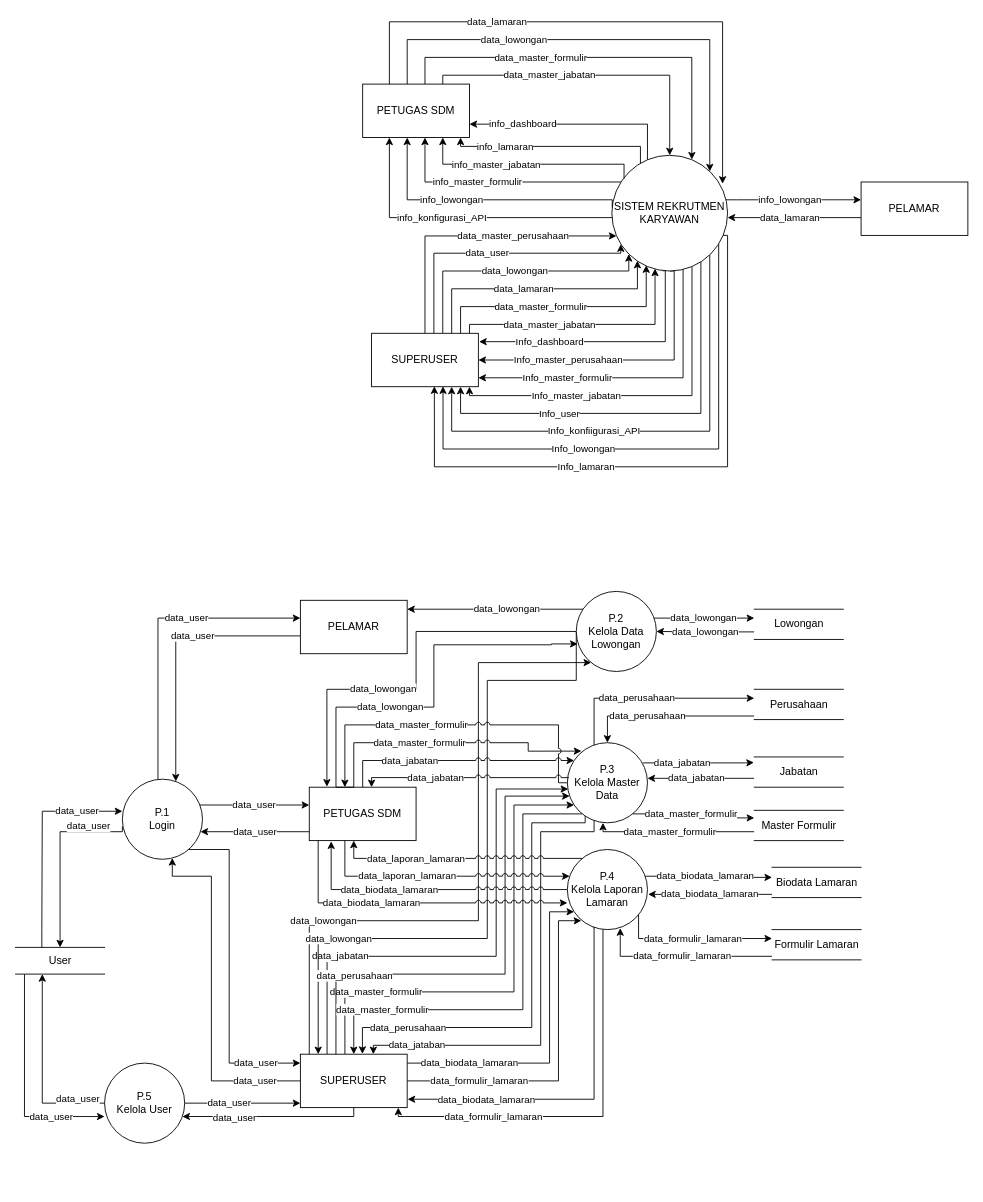
This is DFD.drawio from keys2505/tugas-akhir, a draw.io file, before an edit. Source tidied: cells renumbered, new cells numbered last; positions are measured from the earlier drawing's top-left corner, leaving out a move shared by most shapes. Both pictures are drawn from the tidied source at 89%, with x=0, y=0 at pixel (15, 21).
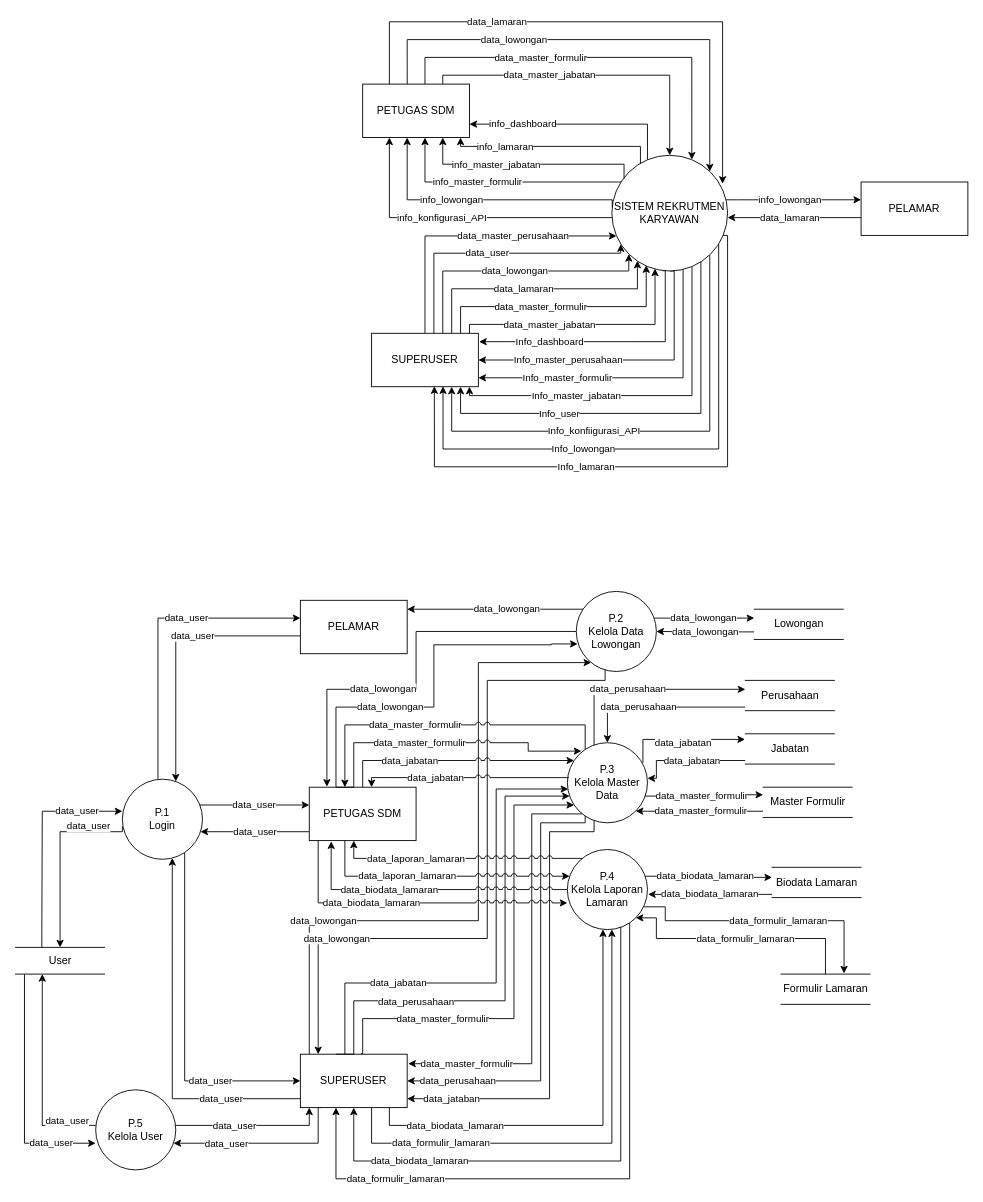
After the change.

Unchanged cells that the change refers to:
```xml
<mxCell id="37" value="&lt;div&gt;P.1&lt;/div&gt;&lt;div&gt;Login&lt;br&gt;&lt;/div&gt;" style="ellipse;whiteSpace=wrap;html=1;" parent="1" vertex="1">
  <mxGeometry x="120" y="851" width="90" height="90" as="geometry" />
</mxCell>
<mxCell id="40" value="PETUGAS SDM" style="rounded=0;whiteSpace=wrap;html=1;" parent="1" vertex="1">
  <mxGeometry x="330" y="860" width="120" height="60" as="geometry" />
</mxCell>
<mxCell id="50" value="SUPERUSER" style="rounded=0;whiteSpace=wrap;html=1;" parent="1" vertex="1">
  <mxGeometry x="320" y="1160" width="120" height="60" as="geometry" />
</mxCell>
<mxCell id="53" value="User" style="html=1;dashed=0;whitespace=wrap;shape=partialRectangle;right=0;left=0;" parent="1" vertex="1">
  <mxGeometry y="1040" width="100" height="30" as="geometry" />
</mxCell>
<mxCell id="60" value="&lt;div&gt;P.2&lt;/div&gt;&lt;div&gt;Kelola Data Lowongan&lt;br&gt;&lt;/div&gt;" style="ellipse;whiteSpace=wrap;html=1;" parent="1" vertex="1">
  <mxGeometry x="630" y="640" width="90" height="90" as="geometry" />
</mxCell>
<mxCell id="71" value="&lt;div&gt;P.3&lt;/div&gt;&lt;div&gt;Kelola Master Data&lt;br&gt;&lt;/div&gt;" style="ellipse;whiteSpace=wrap;html=1;" parent="1" vertex="1">
  <mxGeometry x="620" y="810" width="90" height="90" as="geometry" />
</mxCell>
<mxCell id="78" value="&lt;div&gt;P.4&lt;/div&gt;&lt;div&gt;Kelola Laporan Lamaran&lt;br&gt;&lt;/div&gt;" style="ellipse;whiteSpace=wrap;html=1;" parent="1" vertex="1">
  <mxGeometry x="620" y="930" width="90" height="90" as="geometry" />
</mxCell>
```

What changed in the source:
```diff
@@
-    <mxCell id="36" value="data_user" style="edgeStyle=orthogonalEdgeStyle;rounded=0;jettySize=auto;html=1;" parent="1" edge="1" source="37">
-      <mxGeometry x="0.73" relative="1" as="geometry">
-        <mxPoint x="320" y="1170" as="targetPoint" />
+    <mxCell id="36" value="data_user" style="edgeStyle=orthogonalEdgeStyle;rounded=0;jettySize=auto;html=1;entryX=0;entryY=0.5;entryDx=0;entryDy=0;" parent="1" edge="1" source="37" target="50">
+      <mxGeometry x="0.48" relative="1" as="geometry">
         <Array as="points">
-          <mxPoint x="240" y="930" />
-          <mxPoint x="240" y="1170" />
-          <mxPoint x="320" y="1170" />
+          <mxPoint x="190" y="1190" />
         </Array>
       </mxGeometry>
     </mxCell>
@@
     <mxCell id="43" value="data_user" style="edgeStyle=orthogonalEdgeStyle;rounded=0;jettySize=auto;html=1;entryX=0.623;entryY=0.984;entryDx=0;entryDy=0;entryPerimeter=0;" parent="1" edge="1" source="50" target="37">
-      <mxGeometry x="-0.74" relative="1" as="geometry">
+      <mxGeometry x="-0.57" relative="1" as="geometry">
         <Array as="points">
-          <mxPoint x="220" y="1190" />
-          <mxPoint x="220" y="960" />
-          <mxPoint x="176" y="960" />
+          <mxPoint x="176" y="1210" />
         </Array>
       </mxGeometry>
     </mxCell>
@@
     <mxCell id="45" value="data_jabatan" style="edgeStyle=orthogonalEdgeStyle;rounded=0;jettySize=auto;html=1;entryX=0.011;entryY=0.578;entryDx=0;entryDy=0;entryPerimeter=0;" parent="1" edge="1" source="50" target="71">
-      <mxGeometry x="-0.56" relative="1" as="geometry">
+      <mxGeometry x="-0.49" relative="1" as="geometry">
         <Array as="points">
-          <mxPoint x="350" y="1050" />
-          <mxPoint x="540" y="1050" />
+          <mxPoint x="370" y="1080" />
+          <mxPoint x="540" y="1080" />
           <mxPoint x="540" y="862" />
         </Array>
       </mxGeometry>
     </mxCell>
-    <mxCell id="46" value="data_master_formulir" style="edgeStyle=orthogonalEdgeStyle;rounded=0;jettySize=auto;html=1;exitX=0.417;exitY=0;exitDx=0;exitDy=0;exitPerimeter=0;" parent="1" edge="1" source="50" target="71">
-      <mxGeometry x="-0.61" relative="1" as="geometry">
+    <mxCell id="46" value="data_master_formulir" style="edgeStyle=orthogonalEdgeStyle;rounded=0;jettySize=auto;html=1;exitX=0.572;exitY=-0.022;exitDx=0;exitDy=0;exitPerimeter=0;" parent="1" edge="1" source="50" target="71">
+      <mxGeometry x="-0.49" relative="1" as="geometry">
         <Array as="points">
-          <mxPoint x="370" y="1090" />
-          <mxPoint x="560" y="1090" />
+          <mxPoint x="389" y="1160" />
+          <mxPoint x="390" y="1160" />
+          <mxPoint x="390" y="1120" />
+          <mxPoint x="560" y="1120" />
           <mxPoint x="560" y="880" />
         </Array>
       </mxGeometry>
     </mxCell>
     <mxCell id="47" value="data_biodata_lamaran" style="edgeStyle=orthogonalEdgeStyle;rounded=0;jettySize=auto;html=1;" parent="1" edge="1" source="50" target="78">
       <mxGeometry x="-0.61" relative="1" as="geometry">
         <Array as="points">
-          <mxPoint x="600" y="1170" />
-          <mxPoint x="600" y="1000" />
+          <mxPoint x="420" y="1240" />
+          <mxPoint x="660" y="1240" />
         </Array>
       </mxGeometry>
     </mxCell>
-    <mxCell id="48" value="data_formulir_lamaran" style="edgeStyle=orthogonalEdgeStyle;rounded=0;jettySize=auto;html=1;entryX=0.174;entryY=0.888;entryDx=0;entryDy=0;entryPerimeter=0;" parent="1" edge="1" source="50" target="78">
+    <mxCell id="48" value="data_formulir_lamaran" style="edgeStyle=orthogonalEdgeStyle;rounded=0;jettySize=auto;html=1;" parent="1" edge="1" source="50" target="78">
       <mxGeometry x="-0.57" relative="1" as="geometry">
         <Array as="points">
-          <mxPoint x="610" y="1190" />
-          <mxPoint x="610" y="1010" />
-          <mxPoint x="633" y="1010" />
+          <mxPoint x="400" y="1260" />
+          <mxPoint x="670" y="1260" />
         </Array>
       </mxGeometry>
     </mxCell>
-    <mxCell id="49" value="data_user" style="edgeStyle=orthogonalEdgeStyle;rounded=0;jettySize=auto;html=1;" parent="1" edge="1" source="50" target="81">
+    <mxCell id="49" value="data_user" style="edgeStyle=orthogonalEdgeStyle;rounded=0;jettySize=auto;html=1;exitX=0.21;exitY=0.999;exitDx=0;exitDy=0;exitPerimeter=0;" parent="1" edge="1" source="50" target="81">
       <mxGeometry x="0.42" y="1" relative="1" as="geometry">
         <Array as="points">
-          <mxPoint x="380" y="1230" />
+          <mxPoint x="340" y="1220" />
+          <mxPoint x="340" y="1260" />
         </Array>
       </mxGeometry>
     </mxCell>
@@
     <mxCell id="52" value="data_user" style="edgeStyle=orthogonalEdgeStyle;rounded=0;jettySize=auto;html=1;entryX=0;entryY=0.667;entryDx=0;entryDy=0;entryPerimeter=0;" parent="1" edge="1" source="53" target="81">
-      <mxGeometry x="0.52" relative="1" as="geometry">
+      <mxGeometry x="0.63" relative="1" as="geometry">
         <Array as="points">
-          <mxPoint x="10" y="1230" />
+          <mxPoint x="10" y="1260" />
         </Array>
       </mxGeometry>
     </mxCell>
@@
-    <mxCell id="59" value="data_lowongan" style="edgeStyle=orthogonalEdgeStyle;rounded=0;jettySize=auto;html=1;entryX=0.167;entryY=0;entryDx=0;entryDy=0;entryPerimeter=0;" parent="1" edge="1" source="60" target="50">
+    <mxCell id="59" value="data_lowongan" style="edgeStyle=orthogonalEdgeStyle;rounded=0;jettySize=auto;html=1;entryX=0.167;entryY=0;entryDx=0;entryDy=0;entryPerimeter=0;exitX=0.36;exitY=0.974;exitDx=0;exitDy=0;exitPerimeter=0;" parent="1" edge="1" source="60" target="50">
       <mxGeometry x="0.6" relative="1" as="geometry">
         <Array as="points">
-          <mxPoint x="630" y="740" />
+          <mxPoint x="662" y="740" />
           <mxPoint x="530" y="740" />
           <mxPoint x="530" y="1030" />
           <mxPoint x="340" y="1030" />
         </Array>
       </mxGeometry>
     </mxCell>
@@
     <mxCell id="61" value="data_master_formulir" style="edgeStyle=orthogonalEdgeStyle;rounded=0;jettySize=auto;html=1;exitX=0.25;exitY=0;exitDx=0;exitDy=0;entryX=0.175;entryY=0.105;entryDx=0;entryDy=0;entryPerimeter=0;jumpStyle=arc;" parent="1" edge="1" source="40" target="71">
       <mxGeometry x="-0.14" relative="1" as="geometry">
         <Array as="points">
           <mxPoint x="380" y="860" />
           <mxPoint x="380" y="810" />
           <mxPoint x="576" y="810" />
+          <mxPoint x="576" y="820" />
         </Array>
       </mxGeometry>
     </mxCell>
     <mxCell id="62" value="data_master_formulir" style="edgeStyle=orthogonalEdgeStyle;rounded=0;jettySize=auto;html=1;jumpStyle=arc;" parent="1" edge="1" source="71">
       <mxGeometry x="0.19" relative="1" as="geometry">
         <mxPoint x="370" y="860" as="targetPoint" />
         <Array as="points">
-          <mxPoint x="610" y="790" />
+          <mxPoint x="640" y="790" />
           <mxPoint x="370" y="790" />
         </Array>
       </mxGeometry>
     </mxCell>
     <mxCell id="63" value="data_perusahaan" style="edgeStyle=orthogonalEdgeStyle;rounded=0;jettySize=auto;html=1;entryX=0;entryY=0.294;entryDx=0;entryDy=0;entryPerimeter=0;" parent="1" edge="1" source="71" target="91">
       <mxGeometry x="-0.13" relative="1" as="geometry">
         <Array as="points">
-          <mxPoint x="650" y="760" />
+          <mxPoint x="650" y="750" />
         </Array>
       </mxGeometry>
     </mxCell>
     <mxCell id="64" value="data_jabatan" style="edgeStyle=orthogonalEdgeStyle;rounded=0;jettySize=auto;html=1;entryX=-0.004;entryY=0.185;entryDx=0;entryDy=0;exitX=0.943;exitY=0.252;exitDx=0;exitDy=0;exitPerimeter=0;entryPerimeter=0;" parent="1" edge="1" source="71" target="89">
-      <mxGeometry x="-0.29" relative="1" as="geometry">
+      <mxGeometry x="0.01" y="-4" relative="1" as="geometry">
         <Array as="points">
-          <mxPoint x="820" y="833" />
+          <mxPoint x="705" y="806" />
         </Array>
       </mxGeometry>
     </mxCell>
     <mxCell id="65" value="data_master_formulir" style="edgeStyle=orthogonalEdgeStyle;rounded=0;jettySize=auto;html=1;entryX=0;entryY=0.25;entryDx=0;entryDy=0;" parent="1" edge="1" source="71" target="87">
-      <mxGeometry x="-0.06" relative="1" as="geometry">
+      <mxGeometry x="-0.05" relative="1" as="geometry">
         <Array as="points">
-          <mxPoint x="810" y="890" />
-          <mxPoint x="810" y="894" />
+          <mxPoint x="820" y="870" />
         </Array>
       </mxGeometry>
     </mxCell>
     <mxCell id="66" style="edgeStyle=orthogonalEdgeStyle;rounded=0;jettySize=auto;html=1;exitX=0.333;exitY=0;exitDx=0;exitDy=0;exitPerimeter=0;" parent="1" edge="1" source="50" target="71">
       <mxGeometry x="0.7" relative="1" as="geometry">
         <Array as="points">
-          <mxPoint x="360" y="1070" />
-          <mxPoint x="550" y="1070" />
+          <mxPoint x="380" y="1160" />
+          <mxPoint x="380" y="1100" />
+          <mxPoint x="550" y="1100" />
           <mxPoint x="550" y="870" />
         </Array>
       </mxGeometry>
     </mxCell>
     <mxCell id="67" value="data_perusahaan" style="edgeLabel;html=1;align=center;verticalAlign=middle;" parent="66" vertex="1">
       <mxGeometry x="-0.67" y="-1" relative="1" as="geometry">
-        <mxPoint x="20" as="offset" />
+        <mxPoint x="59" y="-1" as="offset" />
       </mxGeometry>
     </mxCell>
-    <mxCell id="68" value="data_master_formulir" style="edgeStyle=orthogonalEdgeStyle;rounded=0;jettySize=auto;html=1;" parent="1" edge="1" source="71" target="50">
-      <mxGeometry x="0.69" relative="1" as="geometry">
+    <mxCell id="68" value="data_master_formulir" style="edgeStyle=orthogonalEdgeStyle;rounded=0;jettySize=auto;html=1;entryX=1.01;entryY=0.178;entryDx=0;entryDy=0;entryPerimeter=0;" parent="1" edge="1" source="71" target="50">
+      <mxGeometry x="0.72" relative="1" as="geometry">
         <Array as="points">
-          <mxPoint x="570" y="890" />
-          <mxPoint x="570" y="1110" />
-          <mxPoint x="380" y="1110" />
+          <mxPoint x="580" y="890" />
+          <mxPoint x="580" y="1170" />
+          <mxPoint x="441" y="1170" />
         </Array>
       </mxGeometry>
     </mxCell>
-    <mxCell id="69" value="data_perusahaan" style="edgeStyle=orthogonalEdgeStyle;rounded=0;jettySize=auto;html=1;entryX=0.581;entryY=-0.006;entryDx=0;entryDy=0;entryPerimeter=0;" parent="1" edge="1" target="50">
-      <mxGeometry x="0.69" relative="1" as="geometry">
+    <mxCell id="69" value="data_perusahaan" style="edgeStyle=orthogonalEdgeStyle;rounded=0;jettySize=auto;html=1;entryX=1;entryY=0.5;entryDx=0;entryDy=0;" parent="1" edge="1" target="50">
+      <mxGeometry x="0.77" relative="1" as="geometry">
         <mxPoint x="640" y="890" as="sourcePoint" />
         <Array as="points">
           <mxPoint x="640" y="900" />
-          <mxPoint x="580" y="900" />
-          <mxPoint x="580" y="1130" />
-          <mxPoint x="390" y="1130" />
-          <mxPoint x="390" y="1160" />
+          <mxPoint x="590" y="900" />
+          <mxPoint x="590" y="1190" />
         </Array>
       </mxGeometry>
     </mxCell>
     <mxCell id="70" value="data_jataban" style="edgeStyle=orthogonalEdgeStyle;rounded=0;jettySize=auto;html=1;" parent="1" edge="1" source="71">
-      <mxGeometry x="0.77" relative="1" as="geometry">
-        <mxPoint x="402" y="1160" as="targetPoint" />
+      <mxGeometry x="0.81" relative="1" as="geometry">
+        <mxPoint x="440" y="1210" as="targetPoint" />
         <Array as="points">
           <mxPoint x="650" y="910" />
-          <mxPoint x="590" y="910" />
-          <mxPoint x="590" y="1150" />
-          <mxPoint x="402" y="1150" />
+          <mxPoint x="600" y="910" />
+          <mxPoint x="600" y="1210" />
         </Array>
       </mxGeometry>
     </mxCell>
@@
-    <mxCell id="74" value="data_formulir_lamaran" style="edgeStyle=orthogonalEdgeStyle;rounded=0;jettySize=auto;html=1;" parent="1" edge="1" source="78">
-      <mxGeometry relative="1" as="geometry">
-        <mxPoint x="850" y="1030" as="targetPoint" />
+    <mxCell id="74" value="data_formulir_lamaran" style="edgeStyle=orthogonalEdgeStyle;rounded=0;jettySize=auto;html=1;entryX=0.709;entryY=-0.021;entryDx=0;entryDy=0;exitX=0.952;exitY=0.716;exitDx=0;exitDy=0;exitPerimeter=0;entryPerimeter=0;" parent="1" edge="1" source="78" target="83">
+      <mxGeometry x="0.11" relative="1" as="geometry">
         <Array as="points">
-          <mxPoint x="700" y="1030" />
-          <mxPoint x="850" y="1030" />
+          <mxPoint x="730" y="994" />
+          <mxPoint x="730" y="1010" />
+          <mxPoint x="930" y="1010" />
+          <mxPoint x="930" y="1069" />
         </Array>
       </mxGeometry>
     </mxCell>
@@
-    <mxCell id="76" value="data_biodata_lamaran" style="edgeStyle=orthogonalEdgeStyle;rounded=0;jettySize=auto;html=1;entryX=1.004;entryY=0.843;entryDx=0;entryDy=0;exitX=0.316;exitY=0.964;exitDx=0;exitDy=0;exitPerimeter=0;entryPerimeter=0;" parent="1" edge="1" source="78" target="50">
-      <mxGeometry x="0.56" relative="1" as="geometry">
+    <mxCell id="76" value="data_biodata_lamaran" style="edgeStyle=orthogonalEdgeStyle;rounded=0;jettySize=auto;html=1;exitX=0.316;exitY=0.964;exitDx=0;exitDy=0;exitPerimeter=0;" parent="1" edge="1" source="78">
+      <mxGeometry x="0.59" relative="1" as="geometry">
+        <mxPoint x="380" y="1220" as="targetPoint" />
         <Array as="points">
-          <mxPoint x="650" y="1017" />
-          <mxPoint x="650" y="1210" />
-          <mxPoint x="440" y="1210" />
+          <mxPoint x="680" y="1017" />
+          <mxPoint x="680" y="1280" />
+          <mxPoint x="380" y="1280" />
+          <mxPoint x="380" y="1220" />
         </Array>
       </mxGeometry>
     </mxCell>
     <mxCell id="77" value="data_formulir_lamaran" style="edgeStyle=orthogonalEdgeStyle;rounded=0;jettySize=auto;html=1;" parent="1" edge="1" source="78">
-      <mxGeometry x="0.48" relative="1" as="geometry">
-        <mxPoint x="430" y="1220" as="targetPoint" />
+      <mxGeometry x="0.58" relative="1" as="geometry">
+        <mxPoint x="360" y="1220" as="targetPoint" />
         <Array as="points">
-          <mxPoint x="660" y="1230" />
-          <mxPoint x="430" y="1230" />
+          <mxPoint x="690" y="1300" />
+          <mxPoint x="360" y="1300" />
         </Array>
       </mxGeometry>
     </mxCell>
@@
     <mxCell id="79" value="data_user" style="edgeStyle=orthogonalEdgeStyle;rounded=0;jettySize=auto;html=1;" parent="1" edge="1" source="81">
       <mxGeometry x="-0.23" relative="1" as="geometry">
-        <mxPoint x="320" y="1215" as="targetPoint" />
+        <mxPoint x="330" y="1220" as="targetPoint" />
         <Array as="points">
-          <mxPoint x="320" y="1215" />
+          <mxPoint x="330" y="1240" />
         </Array>
       </mxGeometry>
     </mxCell>
     <mxCell id="80" value="data_user" style="edgeStyle=orthogonalEdgeStyle;rounded=0;jettySize=auto;html=1;" parent="1" edge="1" source="81">
       <mxGeometry x="-0.72" y="-5" relative="1" as="geometry">
         <mxPoint x="30" y="1070" as="targetPoint" />
         <Array as="points">
-          <mxPoint x="30" y="1215" />
+          <mxPoint x="30" y="1240" />
         </Array>
       </mxGeometry>
     </mxCell>
     <mxCell id="81" value="&lt;div&gt;P.5&lt;/div&gt;&lt;div&gt;Kelola User&lt;br&gt;&lt;/div&gt;" style="ellipse;whiteSpace=wrap;html=1;" parent="1" vertex="1">
-      <mxGeometry x="100" y="1170" width="90" height="90" as="geometry" />
+      <mxGeometry x="90" y="1200" width="90" height="90" as="geometry" />
     </mxCell>
-    <mxCell id="82" value="data_formulir_lamaran" style="edgeStyle=orthogonalEdgeStyle;rounded=0;jettySize=auto;html=1;entryX=0.66;entryY=0.982;entryDx=0;entryDy=0;entryPerimeter=0;" parent="1" edge="1" source="83" target="78">
-      <mxGeometry relative="1" as="geometry">
+    <mxCell id="82" value="data_formulir_lamaran" style="edgeStyle=orthogonalEdgeStyle;rounded=0;jettySize=auto;html=1;entryX=1;entryY=1;entryDx=0;entryDy=0;" parent="1" edge="1" source="83" target="78">
+      <mxGeometry x="-0.06" relative="1" as="geometry">
         <Array as="points">
-          <mxPoint x="679" y="1050" />
+          <mxPoint x="910" y="1030" />
+          <mxPoint x="720" y="1030" />
+          <mxPoint x="720" y="1007" />
         </Array>
       </mxGeometry>
     </mxCell>
     <mxCell id="83" value="Formulir Lamaran" style="html=1;dashed=0;whitespace=wrap;shape=partialRectangle;right=0;left=0;" parent="1" vertex="1">
-      <mxGeometry x="850" y="1020" width="100" height="34" as="geometry" />
+      <mxGeometry x="860" y="1070" width="100" height="34" as="geometry" />
     </mxCell>
@@
-    <mxCell id="86" value="data_master_formulir" style="edgeStyle=orthogonalEdgeStyle;rounded=0;jettySize=auto;html=1;" parent="1" edge="1" source="87">
-      <mxGeometry x="0.06" relative="1" as="geometry">
-        <mxPoint x="660" y="900" as="targetPoint" />
+    <mxCell id="86" value="data_master_formulir" style="edgeStyle=orthogonalEdgeStyle;rounded=0;jettySize=auto;html=1;entryX=1;entryY=1;entryDx=0;entryDy=0;" parent="1" edge="1" source="87" target="71">
+      <mxGeometry x="-0.02" relative="1" as="geometry">
         <Array as="points">
-          <mxPoint x="660" y="910" />
-          <mxPoint x="660" y="900" />
+          <mxPoint x="710" y="887" />
+          <mxPoint x="710" y="887" />
         </Array>
       </mxGeometry>
     </mxCell>
     <mxCell id="87" value="Master Formulir" style="html=1;dashed=0;whitespace=wrap;shape=partialRectangle;right=0;left=0;" parent="1" vertex="1">
-      <mxGeometry x="830" y="886" width="100" height="34" as="geometry" />
+      <mxGeometry x="840" y="860" width="100" height="34" as="geometry" />
     </mxCell>
     <mxCell id="88" value="data_jabatan" style="edgeStyle=orthogonalEdgeStyle;rounded=0;jettySize=auto;html=1;" parent="1" edge="1" source="89">
-      <mxGeometry x="0.08" relative="1" as="geometry">
+      <mxGeometry x="-0.08" relative="1" as="geometry">
         <mxPoint x="710" y="850" as="targetPoint" />
         <Array as="points">
-          <mxPoint x="710" y="850" />
+          <mxPoint x="720" y="830" />
+          <mxPoint x="720" y="850" />
         </Array>
       </mxGeometry>
     </mxCell>
     <mxCell id="89" value="Jabatan" style="html=1;dashed=0;whitespace=wrap;shape=partialRectangle;right=0;left=0;" parent="1" vertex="1">
-      <mxGeometry x="830" y="826" width="100" height="34" as="geometry" />
+      <mxGeometry x="820" y="800" width="100" height="34" as="geometry" />
     </mxCell>
     <mxCell id="90" value="data_perusahaan" style="edgeStyle=orthogonalEdgeStyle;rounded=0;jettySize=auto;html=1;entryX=0.5;entryY=0;entryDx=0;entryDy=0;" parent="1" edge="1" source="91" target="71">
       <mxGeometry x="0.23" relative="1" as="geometry">
         <Array as="points">
-          <mxPoint x="665" y="780" />
+          <mxPoint x="665" y="770" />
         </Array>
       </mxGeometry>
     </mxCell>
     <mxCell id="91" value="Perusahaan" style="html=1;dashed=0;whitespace=wrap;shape=partialRectangle;right=0;left=0;" parent="1" vertex="1">
-      <mxGeometry x="830" y="750" width="100" height="34" as="geometry" />
+      <mxGeometry x="820" y="740" width="100" height="34" as="geometry" />
     </mxCell>
```
